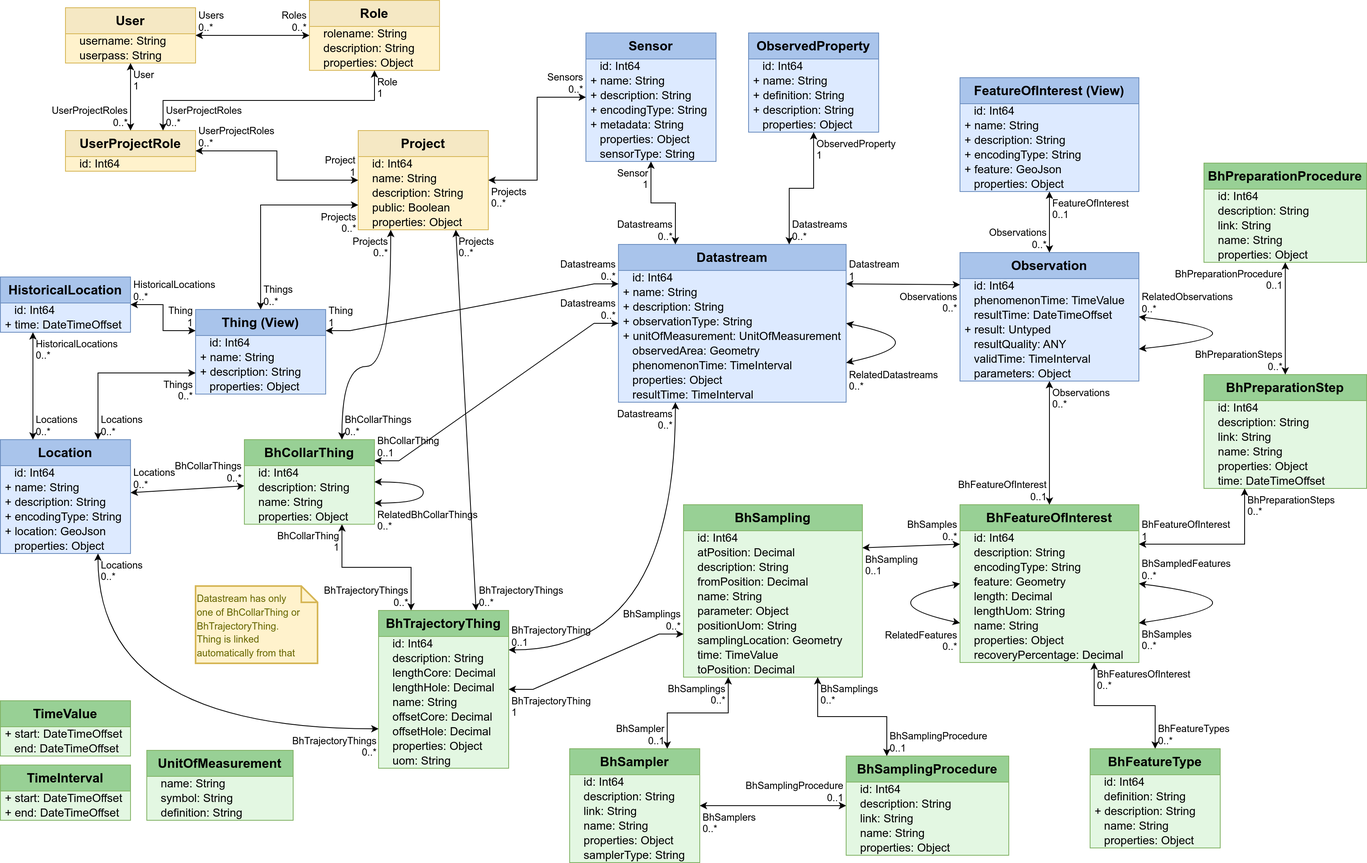
The draw.io diagram Datamodel-SensorThingsApi-GeoTech.drawio.png in hylkevds/FROST-Server.Plugin.GeoTech, before a commit. Source tidied: cells renumbered, new cells last; positions are measured from the earlier drawing's top-left corner, leaving out a move shared by most shapes.
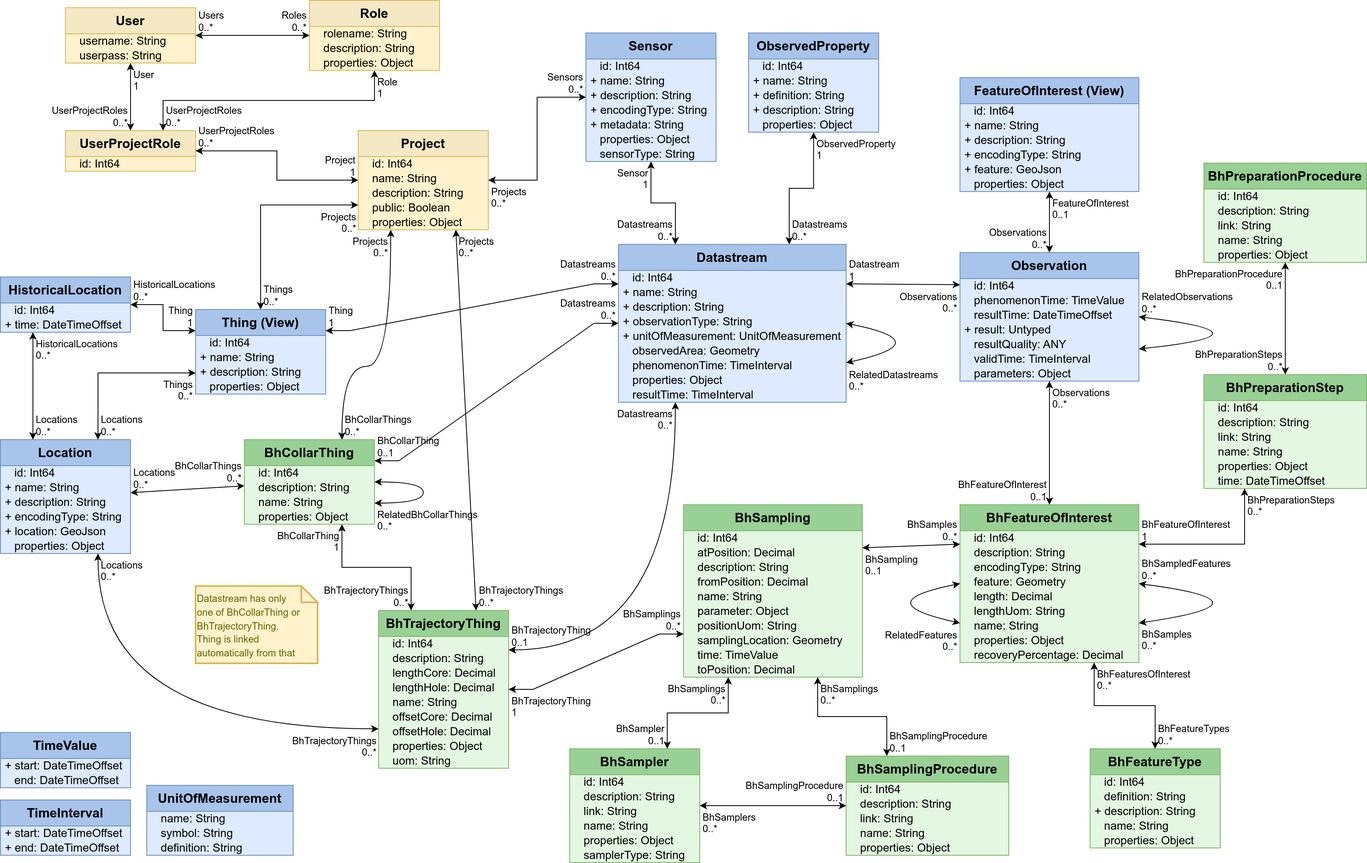
After the change.

Diff of the diagram source:
```diff
@@ -716,8 +716,8 @@
     <mxCell id="232" value="User&lt;br&gt;1" style="edgeLabel;html=1;align=left;verticalAlign=top;labelBackgroundColor=none;fontSize=12;spacingLeft=1;spacing=3;spacingRight=2;" parent="230" vertex="1">
       <mxGeometry x="1" relative="1" as="geometry" />
     </mxCell>
-    <mxCell id="233" value="TimeInterval" style="swimlane;fontStyle=1;horizontal=1;startSize=32;fontSize=16;whiteSpace=wrap;html=1;fillColor=#98D095;strokeColor=#82b366;swimlaneFillColor=#E3F7E2;" parent="1" vertex="1">
-      <mxGeometry y="940" width="160" height="68" as="geometry" />
+    <mxCell id="233" value="TimeInterval" style="swimlane;fontStyle=1;horizontal=1;startSize=32;fontSize=16;whiteSpace=wrap;html=1;fillColor=#A9C4EB;strokeColor=#6C8EBF;swimlaneFillColor=#DDEAFF;" parent="1" vertex="1">
+      <mxGeometry y="983" width="160" height="68" as="geometry" />
     </mxCell>
     <mxCell id="234" value="+ start: DateTimeOffset" style="text;strokeColor=none;fillColor=none;align=left;verticalAlign=middle;spacingLeft=4;spacingRight=4;overflow=visible;html=1;fontSize=14;" parent="233" vertex="1">
       <mxGeometry y="32" width="160" height="18" as="geometry" />
@@ -725,8 +725,8 @@
     <mxCell id="235" value="+ end: DateTimeOffset" style="text;strokeColor=none;fillColor=none;align=left;verticalAlign=middle;spacingLeft=4;spacingRight=4;overflow=visible;html=1;fontSize=14;" parent="233" vertex="1">
       <mxGeometry y="50" width="160" height="18" as="geometry" />
     </mxCell>
-    <mxCell id="236" value="TimeValue" style="swimlane;fontStyle=1;horizontal=1;startSize=32;fontSize=16;whiteSpace=wrap;html=1;fillColor=#98D095;strokeColor=#82b366;swimlaneFillColor=#E3F7E2;" parent="1" vertex="1">
-      <mxGeometry y="861" width="160" height="68" as="geometry" />
+    <mxCell id="236" value="TimeValue" style="swimlane;fontStyle=1;horizontal=1;startSize=32;fontSize=16;whiteSpace=wrap;html=1;fillColor=#A9C4EB;strokeColor=#6C8EBF;swimlaneFillColor=#DDEAFF;" parent="1" vertex="1">
+      <mxGeometry y="900" width="160" height="68" as="geometry" />
     </mxCell>
     <mxCell id="237" value="+ start: DateTimeOffset" style="text;strokeColor=none;fillColor=none;align=left;verticalAlign=middle;spacingLeft=4;spacingRight=4;overflow=visible;html=1;fontSize=14;" parent="236" vertex="1">
       <mxGeometry y="32" width="160" height="18" as="geometry" />
@@ -734,8 +734,8 @@
     <mxCell id="238" value="&amp;nbsp;&amp;nbsp;&amp;nbsp;end: DateTimeOffset" style="text;strokeColor=none;fillColor=none;align=left;verticalAlign=middle;spacingLeft=4;spacingRight=4;overflow=visible;html=1;fontSize=14;" parent="236" vertex="1">
       <mxGeometry y="50" width="160" height="18" as="geometry" />
     </mxCell>
-    <mxCell id="239" value="UnitOfMeasurement" style="swimlane;fontStyle=1;horizontal=1;startSize=32;fontSize=16;whiteSpace=wrap;html=1;fillColor=#98D095;strokeColor=#82b366;swimlaneFillColor=#E3F7E2;" parent="1" vertex="1">
-      <mxGeometry x="180" y="922" width="180" height="86" as="geometry" />
+    <mxCell id="239" value="UnitOfMeasurement" style="swimlane;fontStyle=1;horizontal=1;startSize=32;fontSize=16;whiteSpace=wrap;html=1;fillColor=#A9C4EB;strokeColor=#6C8EBF;swimlaneFillColor=#DDEAFF;" parent="1" vertex="1">
+      <mxGeometry x="180" y="965" width="180" height="86" as="geometry" />
     </mxCell>
     <mxCell id="240" value="&amp;nbsp;&amp;nbsp;&amp;nbsp;name: String" style="text;strokeColor=none;fillColor=none;align=left;verticalAlign=middle;spacingLeft=4;spacingRight=4;overflow=visible;html=1;fontSize=14;" parent="239" vertex="1">
       <mxGeometry y="32" width="180" height="18" as="geometry" />
```
